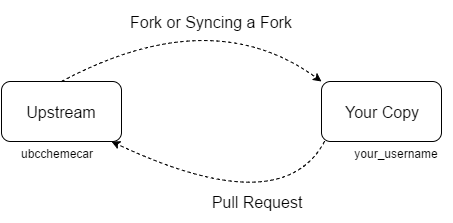
Earlier version of the draw.io export res/fork.png (ubcchemecar/beginners-tutorial). Source tidied: cells renumbered, new cells last; positions are measured from the earlier drawing's top-left corner, leaving out a move shared by most shapes.
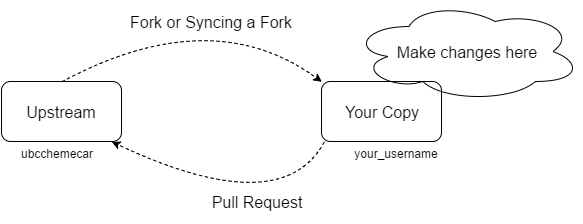
The same file after the commit.

Diff of the diagram source:
```diff
@@ -34,5 +34,8 @@
     <mxCell id="9" value="Pull Request" style="text;html=1;strokeColor=none;fillColor=none;align=center;verticalAlign=middle;whiteSpace=wrap;fontSize=16;" parent="1" vertex="1">
       <mxGeometry x="195" y="190" width="120" height="20" as="geometry" />
     </mxCell>
+    <mxCell id="10" value="Make changes here" style="ellipse;shape=cloud;whiteSpace=wrap;html=1;fillColor=none;fontSize=16;" parent="1" vertex="1">
+      <mxGeometry x="350" width="230" height="100" as="geometry" />
+    </mxCell>
   </root>
 </mxGraphModel>
```
